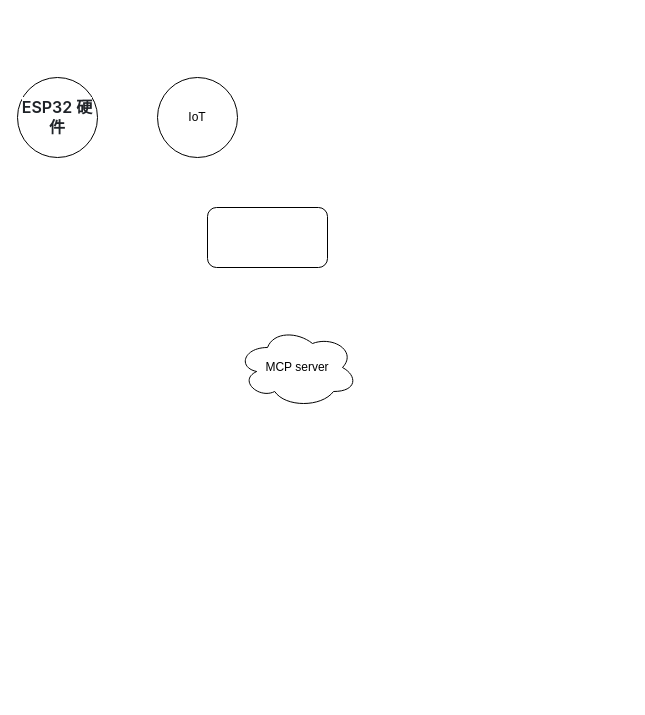
The draw.io diagram 业务架构图.drawio in ggs2015/file, before the edit. Source tidied: cells renumbered, new cells numbered last; positions are measured from the earlier drawing's top-left corner, leaving out a move shared by most shapes. Both pictures are drawn from the tidied source at 100%, with x=0, y=0 at pixel (17, 77).
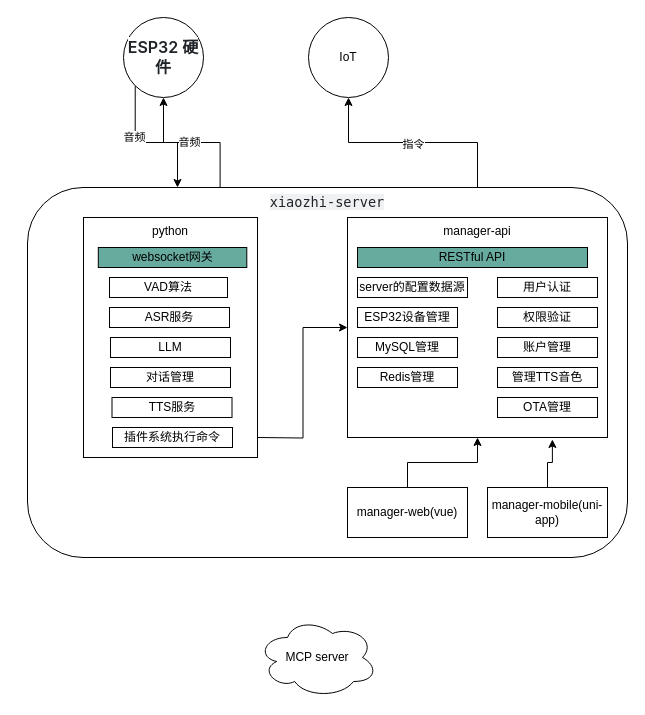
The same diagram, later.

Commit message:
更新业务架构图.drawio

What changed in the source:
```diff
@@
     <mxCell id="2" value="MCP server" style="ellipse;shape=cloud;whiteSpace=wrap;html=1;" parent="1" vertex="1">
-      <mxGeometry x="220" y="250" width="120" height="80" as="geometry" />
+      <mxGeometry x="240" y="540" width="120" height="80" as="geometry" />
     </mxCell>
+    <mxCell id="6" style="edgeStyle=orthogonalEdgeStyle;rounded=0;jettySize=auto;html=1;entryX=0.5;entryY=1;entryDx=0;entryDy=0;exitX=0.321;exitY=0.01;exitDx=0;exitDy=0;exitPerimeter=0;" parent="1" edge="1" source="3" target="4">
+      <mxGeometry relative="1" as="geometry" />
+    </mxCell>
+    <mxCell id="7" value="音频" style="edgeLabel;html=1;align=center;verticalAlign=middle;" parent="6" vertex="1">
+      <mxGeometry x="0.07" y="-1" relative="1" as="geometry" />
+    </mxCell>
+    <mxCell id="8" style="edgeStyle=orthogonalEdgeStyle;rounded=0;jettySize=auto;html=1;exitX=0.75;exitY=0;exitDx=0;exitDy=0;entryX=0.5;entryY=1;entryDx=0;entryDy=0;" parent="1" edge="1" source="3" target="5">
+      <mxGeometry relative="1" as="geometry" />
+    </mxCell>
+    <mxCell id="9" value="指令" style="edgeLabel;html=1;align=center;verticalAlign=middle;" parent="8" vertex="1">
+      <mxGeometry y="1" relative="1" as="geometry" />
+    </mxCell>
-    <mxCell id="3" style="rounded=1;whiteSpace=wrap;html=1;" parent="1" vertex="1">
-      <mxGeometry x="190" y="130" width="120" height="60" as="geometry" />
+    <mxCell id="3" value="&lt;div style=&quot;&quot;&gt;&lt;span style=&quot;background-color: light-dark(rgba(129, 139, 152, 0.12), rgba(112, 120, 132, 0.12)); color: light-dark(rgb(31, 35, 40), rgb(205, 208, 212)); font-family: &amp;quot;Monaspace Neon&amp;quot;, ui-monospace, SFMono-Regular, &amp;quot;SF Mono&amp;quot;, Menlo, Consolas, &amp;quot;Liberation Mono&amp;quot;, monospace; font-size: 13.6px; white-space-collapse: break-spaces;&quot;&gt;xiaozhi-server&lt;/span&gt;&lt;/div&gt;" style="rounded=1;whiteSpace=wrap;html=1;align=center;horizontal=1;verticalAlign=top;" parent="1" vertex="1">
+      <mxGeometry x="10" y="110" width="600" height="370" as="geometry" />
     </mxCell>
+    <mxCell id="10" style="edgeStyle=orthogonalEdgeStyle;rounded=0;jettySize=auto;html=1;exitX=0;exitY=1;exitDx=0;exitDy=0;entryX=0.25;entryY=0;entryDx=0;entryDy=0;" parent="1" edge="1" source="4" target="3">
+      <mxGeometry relative="1" as="geometry" />
+    </mxCell>
+    <mxCell id="11" value="音频" style="edgeLabel;html=1;align=center;verticalAlign=middle;" parent="10" vertex="1">
+      <mxGeometry x="-0.29" y="-1" relative="1" as="geometry" />
+    </mxCell>
     <mxCell id="4" value="&lt;span style=&quot;box-sizing: border-box; font-weight: 600; color: rgb(31, 35, 40); font-family: -apple-system, &amp;quot;system-ui&amp;quot;, &amp;quot;Segoe UI&amp;quot;, &amp;quot;Noto Sans&amp;quot;, Helvetica, Arial, sans-serif, &amp;quot;Apple Color Emoji&amp;quot;, &amp;quot;Segoe UI Emoji&amp;quot;; font-size: 16px; text-align: start; background-color: rgb(255, 255, 255);&quot;&gt;ESP32 硬件&lt;/span&gt;" style="ellipse;whiteSpace=wrap;html=1;" parent="1" vertex="1">
-      <mxGeometry width="80" height="80" as="geometry" />
+      <mxGeometry x="106" y="-60" width="80" height="80" as="geometry" />
     </mxCell>
     <mxCell id="5" value="IoT" style="ellipse;whiteSpace=wrap;html=1;" parent="1" vertex="1">
-      <mxGeometry x="140" width="80" height="80" as="geometry" />
+      <mxGeometry x="291" y="-60" width="80" height="80" as="geometry" />
     </mxCell>
+    <mxCell id="12" value="python" style="rounded=0;whiteSpace=wrap;html=1;horizontal=1;verticalAlign=top;" parent="1" vertex="1">
+      <mxGeometry x="66" y="140" width="174" height="240" as="geometry" />
+    </mxCell>
+    <mxCell id="13" value="websocket网关" style="rounded=0;whiteSpace=wrap;html=1;fillColor=#67AB9F;" parent="1" vertex="1">
+      <mxGeometry x="80.8" y="170" width="148.5" height="20" as="geometry" />
+    </mxCell>
+    <mxCell id="14" value="VAD算法" style="rounded=0;whiteSpace=wrap;html=1;" parent="1" vertex="1">
+      <mxGeometry x="92" y="200" width="118" height="20" as="geometry" />
+    </mxCell>
+    <mxCell id="15" value="ASR服务" style="rounded=0;whiteSpace=wrap;html=1;" parent="1" vertex="1">
+      <mxGeometry x="92" y="230" width="120" height="20" as="geometry" />
+    </mxCell>
+    <mxCell id="16" value="LLM" style="rounded=0;whiteSpace=wrap;html=1;" parent="1" vertex="1">
+      <mxGeometry x="93" y="260" width="120" height="20" as="geometry" />
+    </mxCell>
+    <mxCell id="17" value="对话管理" style="rounded=0;whiteSpace=wrap;html=1;" parent="1" vertex="1">
+      <mxGeometry x="93" y="290" width="120" height="20" as="geometry" />
+    </mxCell>
+    <mxCell id="18" value="TTS服务" style="rounded=0;whiteSpace=wrap;html=1;" parent="1" vertex="1">
+      <mxGeometry x="94.5" y="320" width="120" height="20" as="geometry" />
+    </mxCell>
+    <mxCell id="19" value="manager-api" style="rounded=0;whiteSpace=wrap;html=1;verticalAlign=top;" parent="1" vertex="1">
+      <mxGeometry x="330" y="140" width="260" height="220" as="geometry" />
+    </mxCell>
+    <mxCell id="20" style="edgeStyle=orthogonalEdgeStyle;rounded=0;jettySize=auto;html=1;entryX=0;entryY=0.5;entryDx=0;entryDy=0;" parent="1" edge="1" target="19">
+      <mxGeometry relative="1" as="geometry">
+        <mxPoint x="240" y="360" as="sourcePoint" />
+      </mxGeometry>
+    </mxCell>
+    <mxCell id="21" value="插件系统执行命令" style="rounded=0;whiteSpace=wrap;html=1;" parent="1" vertex="1">
+      <mxGeometry x="95" y="350" width="120" height="20" as="geometry" />
+    </mxCell>
+    <mxCell id="22" value="&lt;p style=&quot;text-align: start;&quot;&gt;RESTful API&lt;/p&gt;" style="rounded=0;whiteSpace=wrap;html=1;fillColor=#67AB9F;" parent="1" vertex="1">
+      <mxGeometry x="340" y="170" width="230" height="20" as="geometry" />
+    </mxCell>
+    <mxCell id="23" value="server的配置数据源" style="rounded=0;whiteSpace=wrap;html=1;" parent="1" vertex="1">
+      <mxGeometry x="340" y="200" width="110" height="20" as="geometry" />
+    </mxCell>
+    <mxCell id="24" value="用户认证" style="rounded=0;whiteSpace=wrap;html=1;" parent="1" vertex="1">
+      <mxGeometry x="480" y="200" width="100" height="20" as="geometry" />
+    </mxCell>
+    <mxCell id="25" value="权限验证" style="rounded=0;whiteSpace=wrap;html=1;" parent="1" vertex="1">
+      <mxGeometry x="480" y="230" width="100" height="20" as="geometry" />
+    </mxCell>
+    <mxCell id="26" value="账户管理" style="rounded=0;whiteSpace=wrap;html=1;" parent="1" vertex="1">
+      <mxGeometry x="480" y="260" width="100" height="20" as="geometry" />
+    </mxCell>
+    <mxCell id="27" value="ESP32设备管理" style="rounded=0;whiteSpace=wrap;html=1;" parent="1" vertex="1">
+      <mxGeometry x="340" y="230" width="100" height="20" as="geometry" />
+    </mxCell>
+    <mxCell id="28" value="MySQL管理" style="rounded=0;whiteSpace=wrap;html=1;" parent="1" vertex="1">
+      <mxGeometry x="340" y="260" width="100" height="20" as="geometry" />
+    </mxCell>
+    <mxCell id="29" value="Redis管理" style="rounded=0;whiteSpace=wrap;html=1;" parent="1" vertex="1">
+      <mxGeometry x="340" y="290" width="100" height="20" as="geometry" />
+    </mxCell>
+    <mxCell id="30" value="管理TTS音色" style="rounded=0;whiteSpace=wrap;html=1;" parent="1" vertex="1">
+      <mxGeometry x="480" y="290" width="100" height="20" as="geometry" />
+    </mxCell>
+    <mxCell id="31" value="OTA管理" style="rounded=0;whiteSpace=wrap;html=1;" parent="1" vertex="1">
+      <mxGeometry x="480" y="320" width="100" height="20" as="geometry" />
+    </mxCell>
+    <mxCell id="32" style="edgeStyle=orthogonalEdgeStyle;rounded=0;jettySize=auto;html=1;" parent="1" edge="1" source="33" target="19">
+      <mxGeometry relative="1" as="geometry" />
+    </mxCell>
+    <mxCell id="33" value="manager-web(vue)" style="rounded=0;whiteSpace=wrap;html=1;verticalAlign=middle;" parent="1" vertex="1">
+      <mxGeometry x="330" y="410" width="120" height="50" as="geometry" />
+    </mxCell>
+    <mxCell id="34" value="manager-mobile(uni-app)" style="rounded=0;whiteSpace=wrap;html=1;verticalAlign=middle;" parent="1" vertex="1">
+      <mxGeometry x="470" y="410" width="120" height="50" as="geometry" />
+    </mxCell>
+    <mxCell id="35" style="edgeStyle=orthogonalEdgeStyle;rounded=0;jettySize=auto;html=1;exitX=0.5;exitY=0;exitDx=0;exitDy=0;entryX=0.788;entryY=1.009;entryDx=0;entryDy=0;entryPerimeter=0;" parent="1" edge="1" source="34" target="19">
+      <mxGeometry relative="1" as="geometry" />
+    </mxCell>
```
